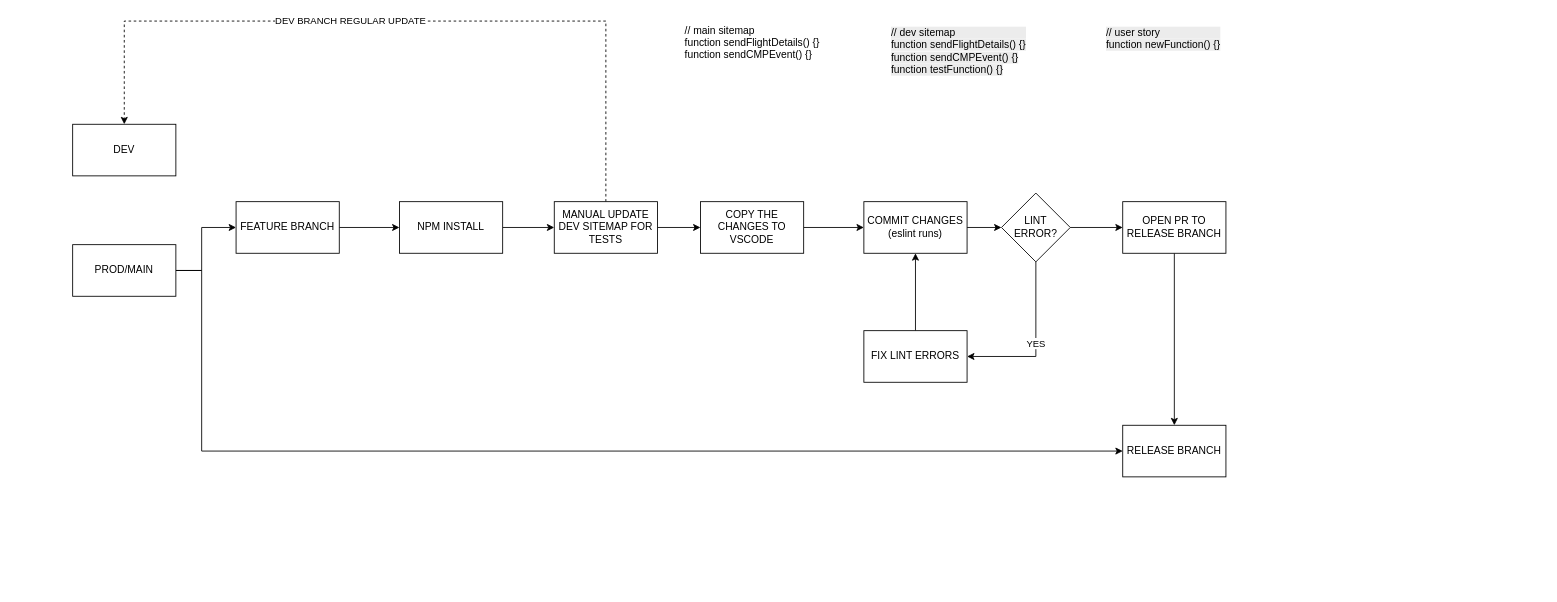
Earlier version of the draw.io diagram mcp-ci-flow.drawio (pettll/diagrams). Source tidied: cells renumbered, new cells numbered last; positions are measured from the earlier drawing's top-left corner, leaving out a move shared by most shapes. Both pictures are drawn from the tidied source at 86%, with x=0, y=0 at pixel (72, 21).
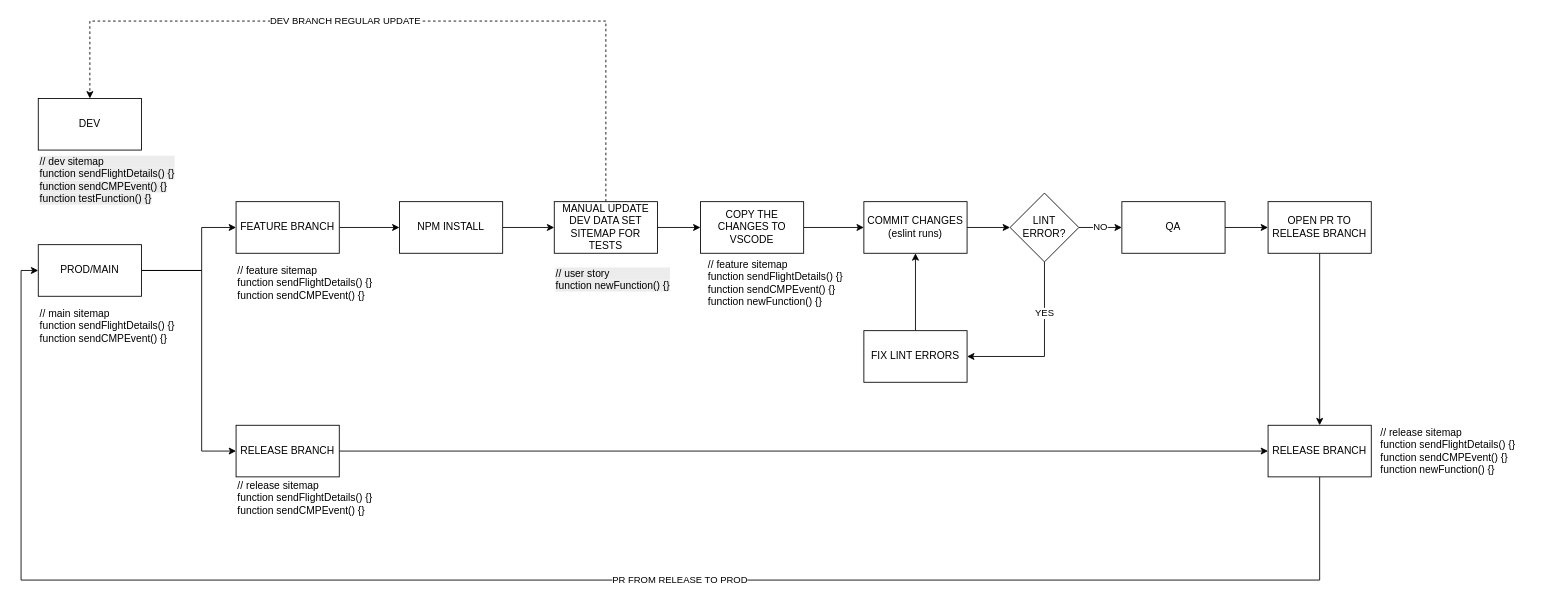
The same diagram, later.

The change refers to these unchanged cells:
```xml
<mxCell id="18" value="FIX LINT ERRORS" style="rounded=0;whiteSpace=wrap;html=1;" parent="1" vertex="1">
  <mxGeometry x="920" y="360" width="120" height="60" as="geometry" />
</mxCell>
```

The edit, as a diff of the source:
```diff
@@
     <mxCell id="2" value="DEV" style="rounded=0;whiteSpace=wrap;html=1;" parent="1" vertex="1">
-      <mxGeometry y="120" width="120" height="60" as="geometry" />
+      <mxGeometry x="-40" y="90" width="120" height="60" as="geometry" />
     </mxCell>
@@
-    <mxCell id="4" style="edgeStyle=orthogonalEdgeStyle;rounded=0;jettySize=auto;html=1;entryX=0;entryY=0.5;entryDx=0;entryDy=0;" parent="1" edge="1" source="5" target="24">
+    <mxCell id="4" style="edgeStyle=orthogonalEdgeStyle;rounded=0;jettySize=auto;html=1;entryX=0;entryY=0.5;entryDx=0;entryDy=0;" parent="1" edge="1" source="5" target="33">
       <mxGeometry relative="1" as="geometry">
         <Array as="points">
           <mxPoint x="150" y="290" />
           <mxPoint x="150" y="500" />
         </Array>
       </mxGeometry>
     </mxCell>
     <mxCell id="5" value="PROD/MAIN" style="rounded=0;whiteSpace=wrap;html=1;" parent="1" vertex="1">
-      <mxGeometry y="260" width="120" height="60" as="geometry" />
+      <mxGeometry x="-40" y="260" width="120" height="60" as="geometry" />
     </mxCell>
@@
     <mxCell id="12" value="DEV BRANCH REGULAR UPDATE" style="edgeStyle=orthogonalEdgeStyle;rounded=0;jettySize=auto;html=1;entryX=0.5;entryY=0;entryDx=0;entryDy=0;exitX=0.5;exitY=0;exitDx=0;exitDy=0;dashed=1;" parent="1" edge="1" source="14" target="2">
       <mxGeometry x="0.14" relative="1" as="geometry">
         <Array as="points">
           <mxPoint x="620" />
-          <mxPoint x="60" />
+          <mxPoint x="20" />
         </Array>
       </mxGeometry>
     </mxCell>
@@
-    <mxCell id="14" value="MANUAL UPDATE DEV SITEMAP FOR TESTS" style="rounded=0;whiteSpace=wrap;html=1;" parent="1" vertex="1">
+    <mxCell id="14" value="MANUAL UPDATE DEV DATA SET SITEMAP FOR TESTS" style="rounded=0;whiteSpace=wrap;html=1;" parent="1" vertex="1">
       <mxGeometry x="560" y="210" width="120" height="60" as="geometry" />
     </mxCell>
@@
     <mxCell id="19" value="YES" style="edgeStyle=orthogonalEdgeStyle;rounded=0;jettySize=auto;html=1;entryX=1;entryY=0.5;entryDx=0;entryDy=0;exitX=0.5;exitY=1;exitDx=0;exitDy=0;" parent="1" edge="1" source="21" target="18">
-      <mxGeometry relative="1" as="geometry" />
+      <mxGeometry x="-0.4" relative="1" as="geometry" />
     </mxCell>
-    <mxCell id="20" style="edgeStyle=orthogonalEdgeStyle;rounded=0;jettySize=auto;html=1;" parent="1" edge="1" source="21" target="23">
+    <mxCell id="20" value="NO" style="edgeStyle=orthogonalEdgeStyle;rounded=0;jettySize=auto;html=1;entryX=0;entryY=0.5;entryDx=0;entryDy=0;" parent="1" edge="1" source="21" target="36">
       <mxGeometry relative="1" as="geometry" />
     </mxCell>
     <mxCell id="21" value="LINT ERROR?" style="rhombus;whiteSpace=wrap;html=1;" parent="1" vertex="1">
-      <mxGeometry x="1080" y="200" width="80" height="80" as="geometry" />
+      <mxGeometry x="1090" y="200" width="80" height="80" as="geometry" />
     </mxCell>
@@
     <mxCell id="23" value="OPEN PR TO RELEASE BRANCH" style="rounded=0;whiteSpace=wrap;html=1;" parent="1" vertex="1">
-      <mxGeometry x="1221" y="210" width="120" height="60" as="geometry" />
+      <mxGeometry x="1390" y="210" width="120" height="60" as="geometry" />
     </mxCell>
+    <mxCell id="28" value="PR FROM RELEASE TO PROD" style="edgeStyle=orthogonalEdgeStyle;rounded=0;jettySize=auto;html=1;entryX=0;entryY=0.5;entryDx=0;entryDy=0;" parent="1" edge="1" source="24" target="5">
+      <mxGeometry x="-0.14" relative="1" as="geometry">
+        <Array as="points">
+          <mxPoint x="1450" y="650" />
+          <mxPoint x="-60" y="650" />
+          <mxPoint x="-60" y="290" />
+        </Array>
+      </mxGeometry>
+    </mxCell>
     <mxCell id="24" value="RELEASE BRANCH" style="rounded=0;whiteSpace=wrap;html=1;" parent="1" vertex="1">
-      <mxGeometry x="1221" y="470" width="120" height="60" as="geometry" />
+      <mxGeometry x="1390" y="470" width="120" height="60" as="geometry" />
     </mxCell>
     <mxCell id="25" value="&lt;div&gt;// main sitemap&lt;/div&gt;function sendFlightDetails() {}&lt;br&gt;function sendCMPEvent() {}" style="text;html=1;align=left;verticalAlign=middle;whiteSpace=wrap;rounded=0;" parent="1" vertex="1">
-      <mxGeometry x="710" y="10" width="290" height="30" as="geometry" />
+      <mxGeometry x="-40" y="340" width="190" height="30" as="geometry" />
     </mxCell>
     <mxCell id="26" value="&lt;div style=&quot;forced-color-adjust: none; color: rgb(0, 0, 0); font-family: Helvetica; font-size: 12px; font-style: normal; font-variant-ligatures: normal; font-variant-caps: normal; font-weight: 400; letter-spacing: normal; orphans: 2; text-align: left; text-indent: 0px; text-transform: none; widows: 2; word-spacing: 0px; -webkit-text-stroke-width: 0px; white-space: normal; background-color: rgb(236, 236, 236); text-decoration-thickness: initial; text-decoration-style: initial; text-decoration-color: initial;&quot;&gt;// dev sitemap&lt;/div&gt;&lt;span style=&quot;color: rgb(0, 0, 0); font-family: Helvetica; font-size: 12px; font-style: normal; font-variant-ligatures: normal; font-variant-caps: normal; font-weight: 400; letter-spacing: normal; orphans: 2; text-align: left; text-indent: 0px; text-transform: none; widows: 2; word-spacing: 0px; -webkit-text-stroke-width: 0px; white-space: normal; background-color: rgb(236, 236, 236); text-decoration-thickness: initial; text-decoration-style: initial; text-decoration-color: initial; float: none; display: inline !important;&quot;&gt;function sendFlightDetails() {}&lt;/span&gt;&lt;br style=&quot;forced-color-adjust: none; color: rgb(0, 0, 0); font-family: Helvetica; font-size: 12px; font-style: normal; font-variant-ligatures: normal; font-variant-caps: normal; font-weight: 400; letter-spacing: normal; orphans: 2; text-align: left; text-indent: 0px; text-transform: none; widows: 2; word-spacing: 0px; -webkit-text-stroke-width: 0px; white-space: normal; background-color: rgb(236, 236, 236); text-decoration-thickness: initial; text-decoration-style: initial; text-decoration-color: initial;&quot;&gt;&lt;span style=&quot;color: rgb(0, 0, 0); font-family: Helvetica; font-size: 12px; font-style: normal; font-variant-ligatures: normal; font-variant-caps: normal; font-weight: 400; letter-spacing: normal; orphans: 2; text-align: left; text-indent: 0px; text-transform: none; widows: 2; word-spacing: 0px; -webkit-text-stroke-width: 0px; white-space: normal; background-color: rgb(236, 236, 236); text-decoration-thickness: initial; text-decoration-style: initial; text-decoration-color: initial; float: none; display: inline !important;&quot;&gt;function sendCMPEvent() {}&lt;/span&gt;&lt;div&gt;&lt;span style=&quot;color: rgb(0, 0, 0); font-family: Helvetica; font-size: 12px; font-style: normal; font-variant-ligatures: normal; font-variant-caps: normal; font-weight: 400; letter-spacing: normal; orphans: 2; text-align: left; text-indent: 0px; text-transform: none; widows: 2; word-spacing: 0px; -webkit-text-stroke-width: 0px; white-space: normal; background-color: rgb(236, 236, 236); text-decoration-thickness: initial; text-decoration-style: initial; text-decoration-color: initial; float: none; display: inline !important;&quot;&gt;function testFunction() {}&lt;/span&gt;&lt;/div&gt;" style="text;whiteSpace=wrap;html=1;" parent="1" vertex="1">
-      <mxGeometry x="950" width="190" height="70" as="geometry" />
+      <mxGeometry x="-40" y="150" width="190" height="70" as="geometry" />
     </mxCell>
     <mxCell id="27" value="&lt;div style=&quot;forced-color-adjust: none; color: rgb(0, 0, 0); font-family: Helvetica; font-size: 12px; font-style: normal; font-variant-ligatures: normal; font-variant-caps: normal; font-weight: 400; letter-spacing: normal; orphans: 2; text-align: left; text-indent: 0px; text-transform: none; widows: 2; word-spacing: 0px; -webkit-text-stroke-width: 0px; white-space: normal; background-color: rgb(236, 236, 236); text-decoration-thickness: initial; text-decoration-style: initial; text-decoration-color: initial;&quot;&gt;// user story&lt;/div&gt;&lt;div&gt;&lt;span style=&quot;color: rgb(0, 0, 0); font-family: Helvetica; font-size: 12px; font-style: normal; font-variant-ligatures: normal; font-variant-caps: normal; font-weight: 400; letter-spacing: normal; orphans: 2; text-align: left; text-indent: 0px; text-transform: none; widows: 2; word-spacing: 0px; -webkit-text-stroke-width: 0px; white-space: normal; background-color: rgb(236, 236, 236); text-decoration-thickness: initial; text-decoration-style: initial; text-decoration-color: initial; float: none; display: inline !important;&quot;&gt;function newFunction() {}&lt;/span&gt;&lt;/div&gt;" style="text;whiteSpace=wrap;html=1;" parent="1" vertex="1">
-      <mxGeometry x="1200" width="190" height="70" as="geometry" />
+      <mxGeometry x="560" y="280" width="140" height="70" as="geometry" />
     </mxCell>
+    <mxCell id="29" value="&lt;div&gt;// feature sitemap&lt;/div&gt;function sendFlightDetails() {}&lt;br&gt;function sendCMPEvent() {}" style="text;html=1;align=left;verticalAlign=middle;whiteSpace=wrap;rounded=0;" parent="1" vertex="1">
+      <mxGeometry x="190" y="290" width="190" height="30" as="geometry" />
+    </mxCell>
+    <mxCell id="30" value="&lt;div&gt;// feature sitemap&lt;/div&gt;function sendFlightDetails() {}&lt;br&gt;function sendCMPEvent() {}&lt;div&gt;function newFunction() {}&lt;/div&gt;" style="text;html=1;align=left;verticalAlign=middle;whiteSpace=wrap;rounded=0;" parent="1" vertex="1">
+      <mxGeometry x="737" y="290" width="190" height="30" as="geometry" />
+    </mxCell>
+    <mxCell id="31" value="&lt;div&gt;// release sitemap&lt;/div&gt;function sendFlightDetails() {}&lt;br&gt;function sendCMPEvent() {}&lt;div&gt;function newFunction() {}&lt;/div&gt;" style="text;html=1;align=left;verticalAlign=middle;whiteSpace=wrap;rounded=0;" parent="1" vertex="1">
+      <mxGeometry x="1519" y="485" width="190" height="30" as="geometry" />
+    </mxCell>
+    <mxCell id="32" style="edgeStyle=orthogonalEdgeStyle;rounded=0;jettySize=auto;html=1;entryX=0;entryY=0.5;entryDx=0;entryDy=0;" parent="1" edge="1" source="33" target="24">
+      <mxGeometry relative="1" as="geometry" />
+    </mxCell>
+    <mxCell id="33" value="RELEASE BRANCH" style="rounded=0;whiteSpace=wrap;html=1;" parent="1" vertex="1">
+      <mxGeometry x="190" y="470" width="120" height="60" as="geometry" />
+    </mxCell>
+    <mxCell id="34" value="&lt;div&gt;// release sitemap&lt;/div&gt;function sendFlightDetails() {}&lt;br&gt;function sendCMPEvent() {}" style="text;html=1;align=left;verticalAlign=middle;whiteSpace=wrap;rounded=0;" parent="1" vertex="1">
+      <mxGeometry x="190" y="540" width="190" height="30" as="geometry" />
+    </mxCell>
+    <mxCell id="35" style="edgeStyle=orthogonalEdgeStyle;rounded=0;jettySize=auto;html=1;" parent="1" edge="1" source="36" target="23">
+      <mxGeometry relative="1" as="geometry" />
+    </mxCell>
+    <mxCell id="36" value="QA" style="rounded=0;whiteSpace=wrap;html=1;" parent="1" vertex="1">
+      <mxGeometry x="1220" y="210" width="120" height="60" as="geometry" />
+    </mxCell>
```
